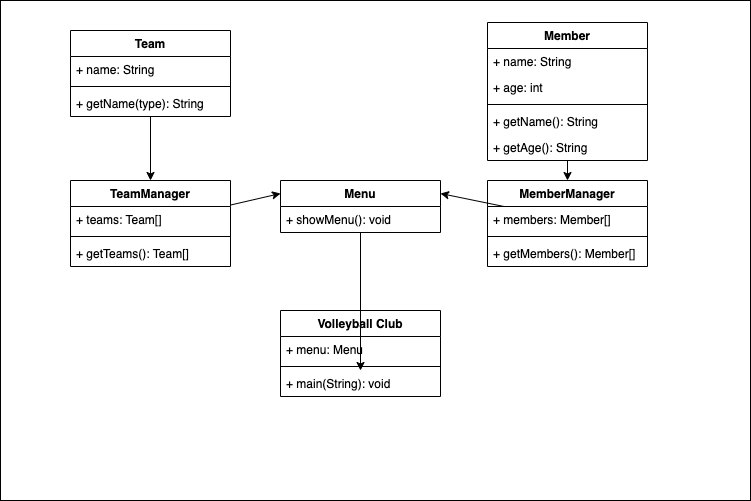
Before: K04/UML.drawio.png, a diagram exported from draw.io (biankazieba/TBZ-Module-320). Source tidied: cells renumbered, new cells last; positions are measured from the earlier drawing's top-left corner, leaving out a move shared by most shapes.
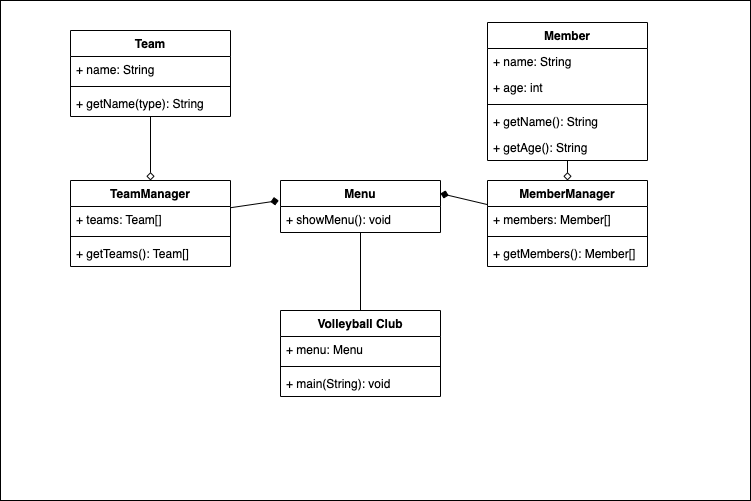
The same diagram one commit later.

What changed in the source:
```diff
@@ -5,6 +5,9 @@
     <mxCell id="2" style="html=1;" parent="1" vertex="1">
       <mxGeometry width="750" height="500" as="geometry" />
     </mxCell>
+    <mxCell id="32" style="edgeStyle=none;html=1;endArrow=none;endFill=0;" parent="1" edge="1" source="3" target="30">
+      <mxGeometry relative="1" as="geometry" />
+    </mxCell>
     <mxCell id="3" value="Volleyball Club" style="swimlane;fontStyle=1;align=center;verticalAlign=top;horizontal=1;startSize=26;" parent="1" vertex="1">
       <mxGeometry x="280" y="310" width="160" height="86" as="geometry" />
     </mxCell>
@@ -17,7 +20,7 @@
     <mxCell id="6" value="+ main(String): void" style="text;strokeColor=none;fillColor=none;align=left;verticalAlign=top;spacingLeft=4;spacingRight=4;overflow=hidden;points=[[0,0.5],[1,0.5]];portConstraint=eastwest;" parent="3" vertex="1">
       <mxGeometry y="60" width="160" height="26" as="geometry" />
     </mxCell>
-    <mxCell id="7" style="edgeStyle=none;html=1;" parent="1" edge="1" source="8" target="24">
+    <mxCell id="7" style="edgeStyle=none;html=1;endArrow=diamond;endFill=0;" parent="1" edge="1" source="8" target="24">
       <mxGeometry relative="1" as="geometry" />
     </mxCell>
     <mxCell id="8" value="Team" style="swimlane;fontStyle=1;align=center;verticalAlign=top;horizontal=1;startSize=26;" parent="1" vertex="1">
@@ -32,7 +35,7 @@
     <mxCell id="11" value="+ getName(type): String" style="text;strokeColor=none;fillColor=none;align=left;verticalAlign=top;spacingLeft=4;spacingRight=4;overflow=hidden;" parent="8" vertex="1">
       <mxGeometry y="60" width="160" height="26" as="geometry" />
     </mxCell>
-    <mxCell id="12" style="edgeStyle=none;html=1;entryX=0.5;entryY=0;entryDx=0;entryDy=0;" parent="1" edge="1" source="13" target="19">
+    <mxCell id="12" style="edgeStyle=none;html=1;endArrow=diamond;endFill=0;" parent="1" edge="1" source="13" target="19">
       <mxGeometry relative="1" as="geometry" />
     </mxCell>
     <mxCell id="13" value="Member" style="swimlane;fontStyle=1;align=center;verticalAlign=top;horizontal=1;startSize=26;" parent="1" vertex="1">
@@ -53,6 +56,9 @@
     <mxCell id="18" value="+ getAge(): String" style="text;strokeColor=none;fillColor=none;align=left;verticalAlign=top;spacingLeft=4;spacingRight=4;overflow=hidden;" parent="13" vertex="1">
       <mxGeometry y="112" width="160" height="26" as="geometry" />
     </mxCell>
+    <mxCell id="33" style="edgeStyle=none;html=1;entryX=1;entryY=0.25;entryDx=0;entryDy=0;endArrow=diamond;endFill=1;" parent="1" edge="1" source="19" target="29">
+      <mxGeometry relative="1" as="geometry" />
+    </mxCell>
     <mxCell id="19" value="MemberManager" style="swimlane;fontStyle=1;align=center;verticalAlign=top;horizontal=1;startSize=26;" parent="1" vertex="1">
       <mxGeometry x="487" y="180" width="160" height="86" as="geometry" />
     </mxCell>
@@ -65,9 +71,6 @@
     <mxCell id="22" value="+ getMembers(): Member[]" style="text;strokeColor=none;fillColor=none;align=left;verticalAlign=top;spacingLeft=4;spacingRight=4;overflow=hidden;" parent="19" vertex="1">
       <mxGeometry y="60" width="160" height="26" as="geometry" />
     </mxCell>
-    <mxCell id="23" style="edgeStyle=none;html=1;entryX=0;entryY=0.25;entryDx=0;entryDy=0;" parent="1" edge="1" source="24" target="29">
-      <mxGeometry relative="1" as="geometry" />
-    </mxCell>
     <mxCell id="24" value="TeamManager" style="swimlane;fontStyle=1;align=center;verticalAlign=top;horizontal=1;startSize=26;" parent="1" vertex="1">
       <mxGeometry x="70" y="180" width="160" height="86" as="geometry" />
     </mxCell>
@@ -80,17 +83,14 @@
     <mxCell id="27" value="+ getTeams(): Team[]" style="text;strokeColor=none;fillColor=none;align=left;verticalAlign=top;spacingLeft=4;spacingRight=4;overflow=hidden;" parent="24" vertex="1">
       <mxGeometry y="60" width="160" height="26" as="geometry" />
     </mxCell>
-    <mxCell id="28" style="edgeStyle=none;html=1;" parent="1" edge="1" source="29" target="6">
-      <mxGeometry relative="1" as="geometry" />
-    </mxCell>
     <mxCell id="29" value="Menu" style="swimlane;fontStyle=1;align=center;verticalAlign=top;horizontal=1;startSize=26;" parent="1" vertex="1">
       <mxGeometry x="280" y="180" width="160" height="52" as="geometry" />
     </mxCell>
     <mxCell id="30" value="+ showMenu(): void" style="text;strokeColor=none;fillColor=none;align=left;verticalAlign=top;spacingLeft=4;spacingRight=4;overflow=hidden;points=[[0,0.5],[1,0.5]];portConstraint=eastwest;" parent="29" vertex="1">
       <mxGeometry y="26" width="160" height="26" as="geometry" />
     </mxCell>
-    <mxCell id="31" style="edgeStyle=none;html=1;entryX=1;entryY=0.25;entryDx=0;entryDy=0;" parent="1" edge="1" source="20" target="29">
-      <mxGeometry relative="1" as="geometry" />
-    </mxCell>
+    <mxCell id="34" style="edgeStyle=none;html=1;entryX=-0.011;entryY=0.387;entryDx=0;entryDy=0;entryPerimeter=0;endArrow=diamond;endFill=1;" parent="1" edge="1" source="25" target="29">
+      <mxGeometry relative="1" as="geometry" />
+    </mxCell>
   </root>
 </mxGraphModel>
```
